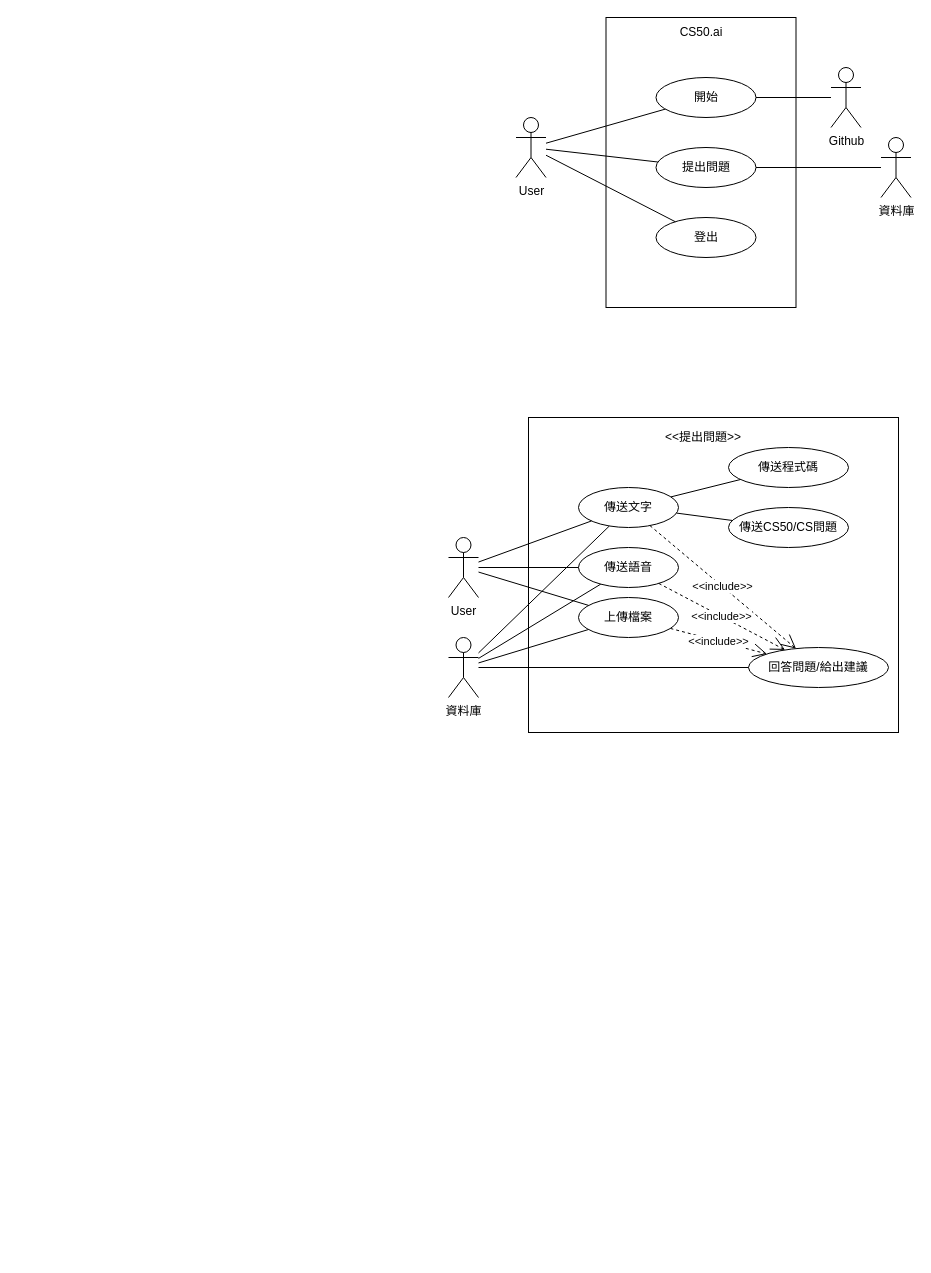
Earlier version of the draw.io diagram H2.drawio (Miinteaa/Miinteaa). Source tidied: cells renumbered, new cells numbered last; positions are measured from the earlier drawing's top-left corner, leaving out a move shared by most shapes. Both pictures are drawn from the tidied source at 100%, with x=0, y=0 at pixel (448, 17).
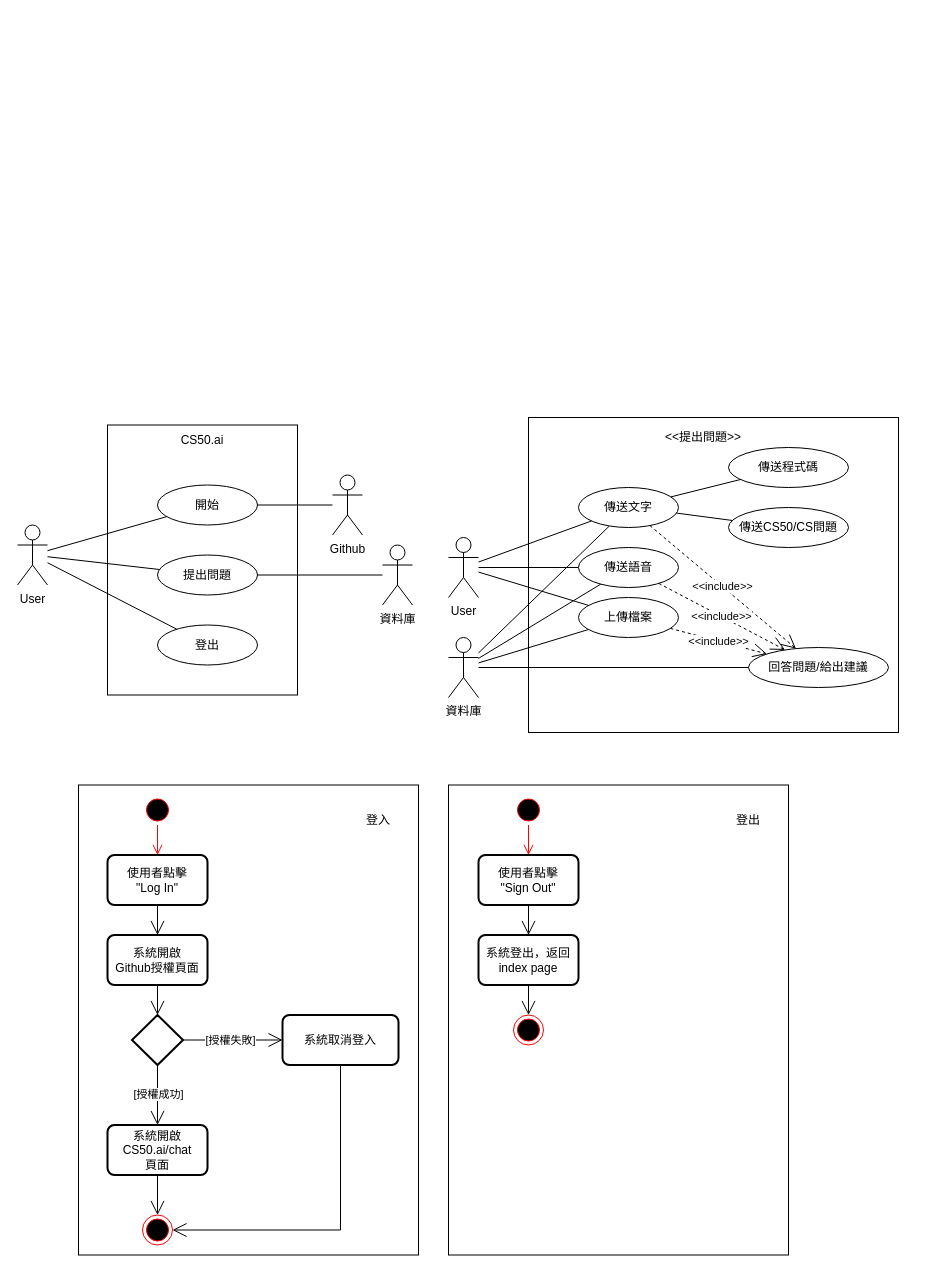
Above is the later version.

Diff of the diagram source:
```diff
@@
+    <mxCell id="37" style="rounded=0;whiteSpace=wrap;html=1;" parent="1" vertex="1">
+      <mxGeometry y="767.5" width="340" height="470" as="geometry" />
+    </mxCell>
+    <mxCell id="38" style="rounded=0;whiteSpace=wrap;html=1;" parent="1" vertex="1">
+      <mxGeometry x="-370" y="767.5" width="340" height="470" as="geometry" />
+    </mxCell>
@@
     <mxCell id="3" style="rounded=0;whiteSpace=wrap;html=1;" parent="1" vertex="1">
-      <mxGeometry x="157.5" width="190" height="290" as="geometry" />
+      <mxGeometry x="-341" y="407.5" width="190" height="270" as="geometry" />
     </mxCell>
     <mxCell id="4" value="User" style="shape=umlActor;verticalLabelPosition=bottom;verticalAlign=top;html=1;outlineConnect=0;" parent="1" vertex="1">
-      <mxGeometry x="67.5" y="100" width="30" height="60" as="geometry" />
+      <mxGeometry x="-431" y="507.5" width="30" height="60" as="geometry" />
     </mxCell>
@@
     <mxCell id="9" value="開始" style="ellipse;whiteSpace=wrap;html=1;" parent="1" vertex="1">
-      <mxGeometry x="207.5" y="60" width="100" height="40" as="geometry" />
+      <mxGeometry x="-291" y="467.5" width="100" height="40" as="geometry" />
     </mxCell>
     <mxCell id="10" value="登出" style="ellipse;whiteSpace=wrap;html=1;" parent="1" vertex="1">
-      <mxGeometry x="207.5" y="200" width="100" height="40" as="geometry" />
+      <mxGeometry x="-291" y="607.5" width="100" height="40" as="geometry" />
     </mxCell>
@@
     <mxCell id="26" value="Github" style="shape=umlActor;verticalLabelPosition=bottom;verticalAlign=top;html=1;" parent="1" vertex="1">
-      <mxGeometry x="382.5" y="50" width="30" height="60" as="geometry" />
+      <mxGeometry x="-116" y="457.5" width="30" height="60" as="geometry" />
     </mxCell>
@@
     <mxCell id="31" value="提出問題" style="ellipse;whiteSpace=wrap;html=1;" parent="1" vertex="1">
-      <mxGeometry x="207.5" y="130" width="100" height="40" as="geometry" />
+      <mxGeometry x="-291" y="537.5" width="100" height="40" as="geometry" />
     </mxCell>
@@
     <mxCell id="33" value="資料庫" style="shape=umlActor;verticalLabelPosition=bottom;verticalAlign=top;html=1;" parent="1" vertex="1">
-      <mxGeometry x="432.5" y="120" width="30" height="60" as="geometry" />
+      <mxGeometry x="-66" y="527.5" width="30" height="60" as="geometry" />
     </mxCell>
@@
     <mxCell id="35" value="CS50.ai" style="text;html=1;strokeColor=none;fillColor=none;align=center;verticalAlign=middle;whiteSpace=wrap;rounded=0;" parent="1" vertex="1">
-      <mxGeometry x="222.5" width="60" height="30" as="geometry" />
+      <mxGeometry x="-276" y="407.5" width="60" height="30" as="geometry" />
     </mxCell>
@@
+    <mxCell id="39" style="ellipse;html=1;shape=startState;fillColor=#000000;strokeColor=#ff0000;" parent="1" vertex="1">
+      <mxGeometry x="-306" y="777.5" width="30" height="30" as="geometry" />
+    </mxCell>
+    <mxCell id="40" style="edgeStyle=orthogonalEdgeStyle;html=1;verticalAlign=bottom;endArrow=open;endSize=8;strokeColor=#ff0000;rounded=0;" parent="1" edge="1" source="39" target="41">
+      <mxGeometry relative="1" as="geometry" />
+    </mxCell>
+    <mxCell id="41" value="使用者點擊&lt;br&gt;&quot;Log In&quot;" style="rounded=1;whiteSpace=wrap;html=1;absoluteArcSize=1;arcSize=14;strokeWidth=2;" parent="1" vertex="1">
+      <mxGeometry x="-341" y="837.5" width="100" height="50" as="geometry" />
+    </mxCell>
+    <mxCell id="42" style="endArrow=open;endFill=1;endSize=12;html=1;rounded=0;" parent="1" edge="1" source="41" target="43">
+      <mxGeometry relative="1" as="geometry" />
+    </mxCell>
+    <mxCell id="43" value="系統開啟&lt;br&gt;Github授權頁面" style="rounded=1;whiteSpace=wrap;html=1;absoluteArcSize=1;arcSize=14;strokeWidth=2;" parent="1" vertex="1">
+      <mxGeometry x="-341" y="917.5" width="100" height="50" as="geometry" />
+    </mxCell>
+    <mxCell id="44" style="endArrow=open;endFill=1;endSize=12;html=1;rounded=0;" parent="1" edge="1" source="43" target="45">
+      <mxGeometry relative="1" as="geometry" />
+    </mxCell>
+    <mxCell id="45" style="strokeWidth=2;html=1;shape=mxgraph.flowchart.decision;whiteSpace=wrap;" parent="1" vertex="1">
+      <mxGeometry x="-316.5" y="997.5" width="51" height="50" as="geometry" />
+    </mxCell>
+    <mxCell id="46" value="系統開啟CS50.ai/chat&lt;br&gt;頁面" style="rounded=1;whiteSpace=wrap;html=1;absoluteArcSize=1;arcSize=14;strokeWidth=2;" parent="1" vertex="1">
+      <mxGeometry x="-341" y="1107.5" width="100" height="50" as="geometry" />
+    </mxCell>
+    <mxCell id="47" style="endArrow=open;endFill=1;endSize=12;html=1;rounded=0;" parent="1" edge="1" source="45" target="46">
+      <mxGeometry relative="1" as="geometry" />
+    </mxCell>
+    <mxCell id="48" value="[授權成功]" style="edgeLabel;html=1;align=center;verticalAlign=middle;" parent="47" vertex="1">
+      <mxGeometry x="-0.05" relative="1" as="geometry" />
+    </mxCell>
+    <mxCell id="49" value="系統取消登入" style="rounded=1;whiteSpace=wrap;html=1;absoluteArcSize=1;arcSize=14;strokeWidth=2;" parent="1" vertex="1">
+      <mxGeometry x="-166" y="997.5" width="116" height="50" as="geometry" />
+    </mxCell>
+    <mxCell id="50" style="endArrow=open;endFill=1;endSize=12;html=1;rounded=0;" parent="1" edge="1" source="45" target="49">
+      <mxGeometry relative="1" as="geometry" />
+    </mxCell>
+    <mxCell id="51" value="[授權失敗]" style="edgeLabel;html=1;align=center;verticalAlign=middle;" parent="50" vertex="1">
+      <mxGeometry x="-0.05" relative="1" as="geometry" />
+    </mxCell>
+    <mxCell id="52" style="ellipse;html=1;shape=endState;fillColor=#000000;strokeColor=#ff0000;" parent="1" vertex="1">
+      <mxGeometry x="-306" y="1197.5" width="30" height="30" as="geometry" />
+    </mxCell>
+    <mxCell id="53" style="endArrow=open;endFill=1;endSize=12;html=1;rounded=0;" parent="1" edge="1" source="46" target="52">
+      <mxGeometry relative="1" as="geometry" />
+    </mxCell>
+    <mxCell id="54" style="endArrow=open;endFill=1;endSize=12;html=1;rounded=0;" parent="1" edge="1" source="49" target="52">
+      <mxGeometry relative="1" as="geometry">
+        <Array as="points">
+          <mxPoint x="-108" y="1212.5" />
+        </Array>
+      </mxGeometry>
+    </mxCell>
+    <mxCell id="55" style="ellipse;html=1;shape=startState;fillColor=#000000;strokeColor=#ff0000;" parent="1" vertex="1">
+      <mxGeometry x="65" y="777.5" width="30" height="30" as="geometry" />
+    </mxCell>
+    <mxCell id="56" style="edgeStyle=orthogonalEdgeStyle;html=1;verticalAlign=bottom;endArrow=open;endSize=8;strokeColor=#ff0000;rounded=0;" parent="1" edge="1" source="55" target="57">
+      <mxGeometry relative="1" as="geometry" />
+    </mxCell>
+    <mxCell id="57" value="使用者點擊&lt;br&gt;&quot;Sign Out&quot;" style="rounded=1;whiteSpace=wrap;html=1;absoluteArcSize=1;arcSize=14;strokeWidth=2;" parent="1" vertex="1">
+      <mxGeometry x="30" y="837.5" width="100" height="50" as="geometry" />
+    </mxCell>
+    <mxCell id="58" style="endArrow=open;endFill=1;endSize=12;html=1;rounded=0;" parent="1" edge="1" source="57" target="59">
+      <mxGeometry relative="1" as="geometry" />
+    </mxCell>
+    <mxCell id="59" value="系統登出，返回index page" style="rounded=1;whiteSpace=wrap;html=1;absoluteArcSize=1;arcSize=14;strokeWidth=2;" parent="1" vertex="1">
+      <mxGeometry x="30" y="917.5" width="100" height="50" as="geometry" />
+    </mxCell>
+    <mxCell id="60" style="endArrow=open;endFill=1;endSize=12;html=1;rounded=0;" parent="1" edge="1" source="59">
+      <mxGeometry relative="1" as="geometry">
+        <mxPoint x="80" y="997.5" as="targetPoint" />
+      </mxGeometry>
+    </mxCell>
+    <mxCell id="61" style="ellipse;html=1;shape=endState;fillColor=#000000;strokeColor=#ff0000;" parent="1" vertex="1">
+      <mxGeometry x="65" y="997.5" width="30" height="30" as="geometry" />
+    </mxCell>
+    <mxCell id="62" value="登出" style="text;html=1;strokeColor=none;fillColor=none;align=center;verticalAlign=middle;whiteSpace=wrap;rounded=0;" parent="1" vertex="1">
+      <mxGeometry x="270" y="787.5" width="60" height="30" as="geometry" />
+    </mxCell>
+    <mxCell id="63" value="登入" style="text;html=1;strokeColor=none;fillColor=none;align=center;verticalAlign=middle;whiteSpace=wrap;rounded=0;" parent="1" vertex="1">
+      <mxGeometry x="-100" y="787.5" width="60" height="30" as="geometry" />
+    </mxCell>
```
